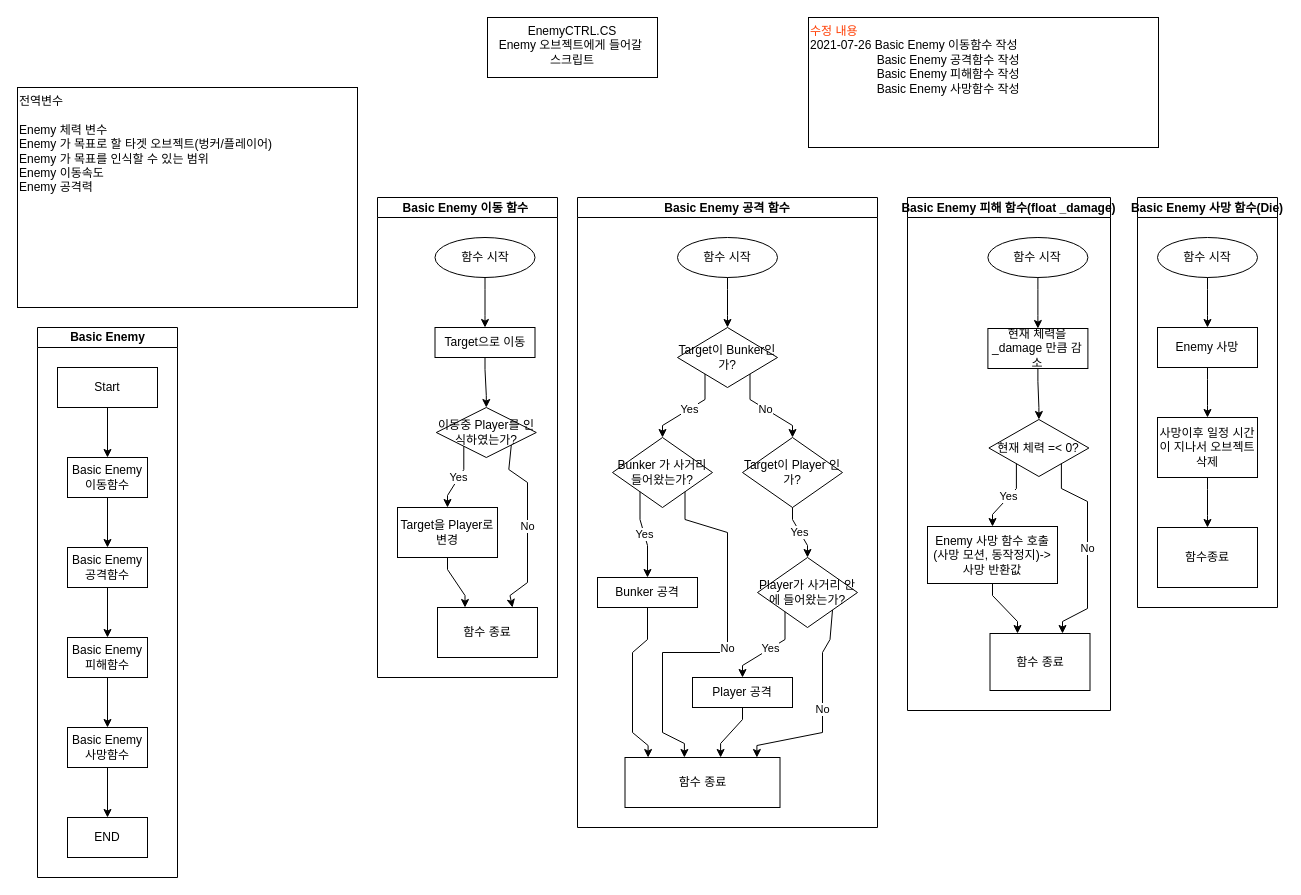
Above: FlowChart/BasicEnemy.drawio in BckLily/YeilMainProjectBackUp (draw.io), before the change. Source tidied: cells renumbered, new cells numbered last; positions are measured from the earlier drawing's top-left corner, leaving out a move shared by most shapes. Both pictures are drawn from the tidied source at 100%, with x=0, y=0 at pixel (17, 17).
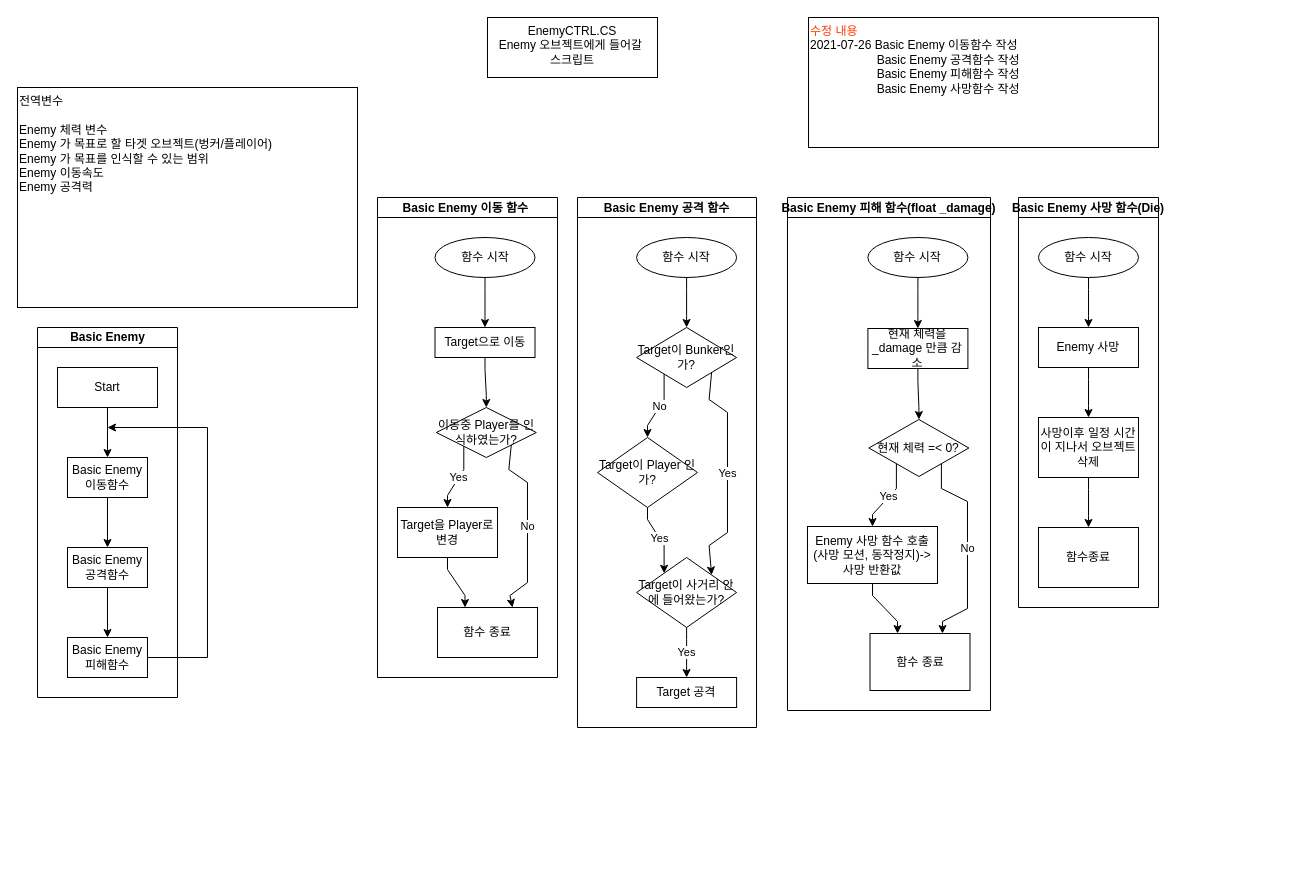
The same page after the edit.

Unchanged cells that the change refers to:
```xml
<mxCell id="61" value="Basic Enemy 피해함수" style="whiteSpace=wrap;html=1;" parent="54" vertex="1">
  <mxGeometry x="30" y="310" width="80" height="40" as="geometry" />
</mxCell>
```

Change to the diagram source:
```diff
@@
     <mxCell id="16" value="Basic Enemy 공격 함수" style="swimlane;startSize=20;horizontal=1;flowOrientation=north;interRankCellSpacing=50;containerType=tree;align=center;verticalAlign=middle;" parent="1" vertex="1">
-      <mxGeometry x="560" y="180" width="300" height="630" as="geometry" />
+      <mxGeometry x="560" y="180" width="179" height="530" as="geometry" />
     </mxCell>
     <mxCell id="17" value="함수 시작&lt;br&gt;" style="ellipse;whiteSpace=wrap;html=1;fontFamily=Helvetica;fontSize=12;fontColor=#000000;align=center;strokeColor=#000000;fillColor=#ffffff;" parent="16" vertex="1">
-      <mxGeometry x="100" y="40" width="100" height="40" as="geometry" />
+      <mxGeometry x="59.1" y="40" width="100" height="40" as="geometry" />
     </mxCell>
     <mxCell id="18" style="edgeStyle=orthogonalEdgeStyle;rounded=0;jettySize=auto;html=1;noEdgeStyle=1;orthogonal=1;" parent="16" edge="1" source="17" target="19">
       <mxGeometry relative="1" as="geometry">
         <Array as="points">
-          <mxPoint x="150" y="92" />
-          <mxPoint x="150" y="118" />
+          <mxPoint x="109.1" y="92" />
+          <mxPoint x="109.1" y="118" />
         </Array>
       </mxGeometry>
     </mxCell>
+    <mxCell id="66" value="Yes" style="edgeStyle=orthogonalEdgeStyle;rounded=0;jettySize=auto;html=1;exitX=1;exitY=1;exitDx=0;exitDy=0;entryX=1;entryY=0;entryDx=0;entryDy=0;noEdgeStyle=1;orthogonal=1;" parent="16" edge="1" source="19" target="30">
+      <mxGeometry relative="1" as="geometry">
+        <Array as="points">
+          <mxPoint x="131.6" y="202" />
+          <mxPoint x="150" y="215" />
+          <mxPoint x="150" y="335" />
+          <mxPoint x="131.6" y="348" />
+        </Array>
+      </mxGeometry>
+    </mxCell>
     <mxCell id="19" value="Target이 Bunker인가?" style="rhombus;whiteSpace=wrap;html=1;fontFamily=Helvetica;fontSize=12;fontColor=#000000;align=center;strokeColor=#000000;fillColor=#ffffff;" parent="16" vertex="1">
-      <mxGeometry x="100" y="130" width="100" height="60" as="geometry" />
+      <mxGeometry x="59.1" y="130" width="100" height="60" as="geometry" />
     </mxCell>
-    <mxCell id="20" value="Yes" style="edgeStyle=orthogonalEdgeStyle;rounded=0;jettySize=auto;html=1;noEdgeStyle=1;orthogonal=1;" parent="16" edge="1" source="19" target="21">
-      <mxGeometry relative="1" as="geometry">
-        <Array as="points">
-          <mxPoint x="127.5" y="202" />
-          <mxPoint x="85" y="228" />
-        </Array>
-      </mxGeometry>
-    </mxCell>
-    <mxCell id="21" value="Bunker 가 사거리 들어왔는가?" style="rhombus;whiteSpace=wrap;html=1;fontFamily=Helvetica;fontSize=12;fontColor=#000000;align=center;strokeColor=#000000;fillColor=#ffffff;" parent="16" vertex="1">
-      <mxGeometry x="35" y="240" width="100" height="70" as="geometry" />
-    </mxCell>
-    <mxCell id="22" value="Yes" style="edgeStyle=orthogonalEdgeStyle;rounded=0;jettySize=auto;html=1;noEdgeStyle=1;orthogonal=1;" parent="16" edge="1" source="21" target="24">
-      <mxGeometry relative="1" as="geometry">
-        <Array as="points">
-          <mxPoint x="62.5" y="322" />
-          <mxPoint x="70" y="348" />
-        </Array>
-      </mxGeometry>
-    </mxCell>
-    <mxCell id="23" style="edgeStyle=orthogonalEdgeStyle;rounded=0;jettySize=auto;html=1;noEdgeStyle=1;orthogonal=1;" parent="16" edge="1" source="24" target="26">
-      <mxGeometry relative="1" as="geometry">
-        <Array as="points">
-          <mxPoint x="70" y="442" />
-          <mxPoint x="55" y="455" />
-          <mxPoint x="55" y="535" />
-          <mxPoint x="70.6" y="548" />
-        </Array>
-      </mxGeometry>
-    </mxCell>
-    <mxCell id="24" value="Bunker 공격" style="rounded=0;whiteSpace=wrap;html=1;fontFamily=Helvetica;fontSize=12;fontColor=#000000;align=center;strokeColor=#000000;fillColor=#ffffff;" parent="16" vertex="1">
-      <mxGeometry x="20" y="380" width="100" height="30" as="geometry" />
-    </mxCell>
-    <mxCell id="25" value="No" style="edgeStyle=orthogonalEdgeStyle;rounded=0;jettySize=auto;html=1;noEdgeStyle=1;orthogonal=1;" parent="16" edge="1" source="21" target="26">
-      <mxGeometry relative="1" as="geometry">
-        <Array as="points">
-          <mxPoint x="107.5" y="322" />
-          <mxPoint x="150" y="335" />
-          <mxPoint x="150" y="455" />
-          <mxPoint x="85" y="455" />
-          <mxPoint x="85" y="535" />
-          <mxPoint x="106.9" y="546" />
-        </Array>
-      </mxGeometry>
-    </mxCell>
-    <mxCell id="26" value="함수 종료" style="rounded=0;whiteSpace=wrap;html=1;fontFamily=Helvetica;fontSize=12;fontColor=#000000;align=center;strokeColor=#000000;fillColor=#ffffff;" parent="16" vertex="1">
-      <mxGeometry x="47.5" y="560" width="155" height="50" as="geometry" />
-    </mxCell>
     <mxCell id="27" value="No" style="edgeStyle=orthogonalEdgeStyle;rounded=0;jettySize=auto;html=1;noEdgeStyle=1;orthogonal=1;" parent="16" edge="1" source="19" target="28">
       <mxGeometry relative="1" as="geometry">
         <Array as="points">
-          <mxPoint x="172.5" y="202" />
-          <mxPoint x="215" y="228" />
+          <mxPoint x="86.6" y="202" />
+          <mxPoint x="70" y="228" />
         </Array>
       </mxGeometry>
     </mxCell>
     <mxCell id="28" value="Target이 Player 인가?" style="rhombus;whiteSpace=wrap;html=1;fontFamily=Helvetica;fontSize=12;fontColor=#000000;align=center;strokeColor=#000000;fillColor=#ffffff;" parent="16" vertex="1">
-      <mxGeometry x="165" y="240" width="100" height="70" as="geometry" />
+      <mxGeometry x="20" y="240" width="100" height="70" as="geometry" />
     </mxCell>
     <mxCell id="29" value="Yes" style="edgeStyle=orthogonalEdgeStyle;rounded=0;jettySize=auto;html=1;noEdgeStyle=1;orthogonal=1;" parent="16" edge="1" source="28" target="30">
       <mxGeometry relative="1" as="geometry">
         <Array as="points">
-          <mxPoint x="215" y="322" />
-          <mxPoint x="230" y="348" />
+          <mxPoint x="70" y="322" />
+          <mxPoint x="86.6" y="348" />
         </Array>
       </mxGeometry>
     </mxCell>
-    <mxCell id="30" value="Player가 사거리 안에 들어왔는가?" style="rhombus;whiteSpace=wrap;html=1;fontFamily=Helvetica;fontSize=12;fontColor=#000000;align=center;strokeColor=#000000;fillColor=#ffffff;" parent="16" vertex="1">
-      <mxGeometry x="180" y="360" width="100" height="70" as="geometry" />
+    <mxCell id="30" value="Target이 사거리 안에 들어왔는가?" style="rhombus;whiteSpace=wrap;html=1;fontFamily=Helvetica;fontSize=12;fontColor=#000000;align=center;strokeColor=#000000;fillColor=#ffffff;" parent="16" vertex="1">
+      <mxGeometry x="59.1" y="360" width="100" height="70" as="geometry" />
     </mxCell>
     <mxCell id="31" value="Yes" style="edgeStyle=orthogonalEdgeStyle;rounded=0;jettySize=auto;html=1;noEdgeStyle=1;orthogonal=1;" parent="16" edge="1" source="30" target="33">
       <mxGeometry relative="1" as="geometry">
         <Array as="points">
-          <mxPoint x="207.5" y="442" />
-          <mxPoint x="165" y="468" />
+          <mxPoint x="109.1" y="442" />
+          <mxPoint x="109.1" y="468" />
         </Array>
       </mxGeometry>
     </mxCell>
-    <mxCell id="32" style="edgeStyle=orthogonalEdgeStyle;rounded=0;jettySize=auto;html=1;noEdgeStyle=1;orthogonal=1;" parent="16" edge="1" source="33" target="26">
-      <mxGeometry relative="1" as="geometry">
-        <Array as="points">
-          <mxPoint x="165" y="522" />
-          <mxPoint x="143.1" y="546" />
-        </Array>
-      </mxGeometry>
-    </mxCell>
-    <mxCell id="33" value="Player 공격" style="rounded=0;whiteSpace=wrap;html=1;fontFamily=Helvetica;fontSize=12;fontColor=#000000;align=center;strokeColor=#000000;fillColor=#ffffff;" parent="16" vertex="1">
-      <mxGeometry x="115" y="480" width="100" height="30" as="geometry" />
+    <mxCell id="33" value="Target 공격" style="rounded=0;whiteSpace=wrap;html=1;fontFamily=Helvetica;fontSize=12;fontColor=#000000;align=center;strokeColor=#000000;fillColor=#ffffff;" parent="16" vertex="1">
+      <mxGeometry x="59.1" y="480" width="100" height="30" as="geometry" />
     </mxCell>
-    <mxCell id="34" value="No" style="edgeStyle=orthogonalEdgeStyle;rounded=0;jettySize=auto;html=1;exitX=1;exitY=1;exitDx=0;exitDy=0;noEdgeStyle=1;orthogonal=1;" parent="16" edge="1" source="30" target="26">
-      <mxGeometry relative="1" as="geometry">
-        <Array as="points">
-          <mxPoint x="252.5" y="442" />
-          <mxPoint x="245" y="455" />
-          <mxPoint x="245" y="535" />
-          <mxPoint x="179.4" y="548" />
-        </Array>
-      </mxGeometry>
-    </mxCell>
     <mxCell id="35" value="Basic Enemy 피해 함수(float _damage)" style="swimlane;startSize=20;horizontal=1;flowOrientation=north;interRankCellSpacing=50;containerType=tree;align=center;verticalAlign=middle;" parent="1" vertex="1">
-      <mxGeometry x="890" y="180" width="203" height="513" as="geometry" />
+      <mxGeometry x="770" y="180" width="203" height="513" as="geometry" />
     </mxCell>
@@
     <mxCell id="46" value="Basic Enemy 사망 함수(Die)" style="swimlane;startSize=20;horizontal=1;flowOrientation=north;interRankCellSpacing=50;containerType=tree;align=center;verticalAlign=middle;" parent="1" vertex="1">
-      <mxGeometry x="1120" y="180" width="140" height="410" as="geometry" />
+      <mxGeometry x="1001" y="180" width="140" height="410" as="geometry" />
     </mxCell>
@@
     <mxCell id="54" value="Basic Enemy" style="swimlane;html=1;startSize=20;horizontal=1;horizontalTree=0;containerType=tree;" parent="1" vertex="1">
-      <mxGeometry x="20" y="310" width="140" height="550" as="geometry" />
+      <mxGeometry x="20" y="310" width="140" height="370" as="geometry" />
     </mxCell>
@@
-    <mxCell id="62" style="edgeStyle=orthogonalEdgeStyle;rounded=0;jettySize=auto;html=1;" parent="54" edge="1" source="61" target="63">
-      <mxGeometry relative="1" as="geometry" />
-    </mxCell>
-    <mxCell id="63" value="Basic Enemy 사망함수" style="whiteSpace=wrap;html=1;" parent="54" vertex="1">
-      <mxGeometry x="30" y="400" width="80" height="40" as="geometry" />
-    </mxCell>
-    <mxCell id="64" style="edgeStyle=orthogonalEdgeStyle;rounded=0;jettySize=auto;html=1;" parent="54" edge="1" source="63" target="65">
-      <mxGeometry relative="1" as="geometry" />
-    </mxCell>
-    <mxCell id="65" value="END" style="whiteSpace=wrap;html=1;" parent="54" vertex="1">
-      <mxGeometry x="30" y="490" width="80" height="40" as="geometry" />
-    </mxCell>
+    <mxCell id="67" style="edgeStyle=orthogonalEdgeStyle;rounded=0;jettySize=auto;html=1;" parent="1" edge="1" source="61">
+      <mxGeometry relative="1" as="geometry">
+        <mxPoint x="90" y="410" as="targetPoint" />
+        <Array as="points">
+          <mxPoint x="190" y="640" />
+          <mxPoint x="190" y="410" />
+        </Array>
+      </mxGeometry>
+    </mxCell>
```
